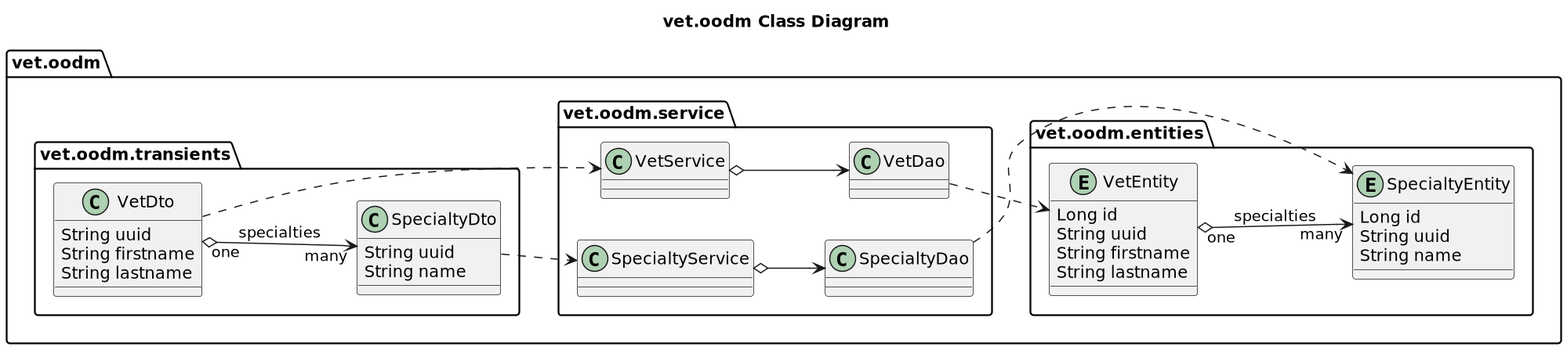
This is etc/uml/vet/DB__Class-vet_oodm_Class_Diagram.png from Jakarta-EE-Petclinic/petclinic-uml, a PlantUML export, as it was before one commit.
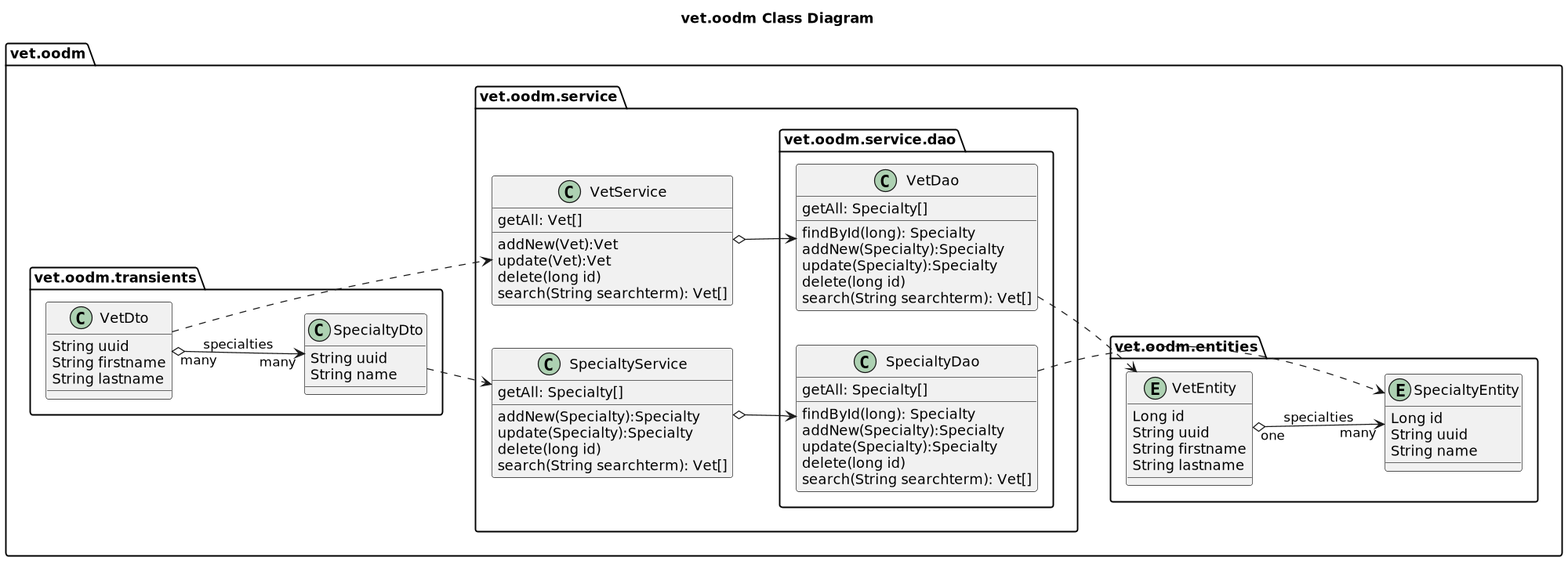
The same file after the commit.

What changed in the source:
```diff
@@ -29,19 +29,38 @@
     package vet.oodm.service {
 
         class VetService {
-
-        }
-
-        class VetDao {
-
+            getAll: Vet[]
+            addNew(Vet):Vet
+            update(Vet):Vet
+            delete(long id)
+            search(String searchterm): Vet[]
         }
 
         class SpecialtyService {
-
+            getAll: Specialty[]
+            addNew(Specialty):Specialty
+            update(Specialty):Specialty
+            delete(long id)
+            search(String searchterm): Vet[]
         }
 
-        class SpecialtyDao {
-
+        package vet.oodm.service.dao {
+            class VetDao {
+                getAll: Specialty[]
+                findById(long): Specialty
+                addNew(Specialty):Specialty
+                update(Specialty):Specialty
+                delete(long id)
+                search(String searchterm): Vet[]
+            }
+            class SpecialtyDao {
+                getAll: Specialty[]
+                findById(long): Specialty
+                addNew(Specialty):Specialty
+                update(Specialty):Specialty
+                delete(long id)
+                search(String searchterm): Vet[]
+            }
         }
 
         VetService o--> VetDao
@@ -64,7 +83,7 @@
             String name
         }
 
-        VetDto "one" o--> "many" SpecialtyDto: specialties
+        VetDto "many" o--> "many" SpecialtyDto: specialties
 
         VetDto ..> VetService
         SpecialtyDto ..> SpecialtyService
```
